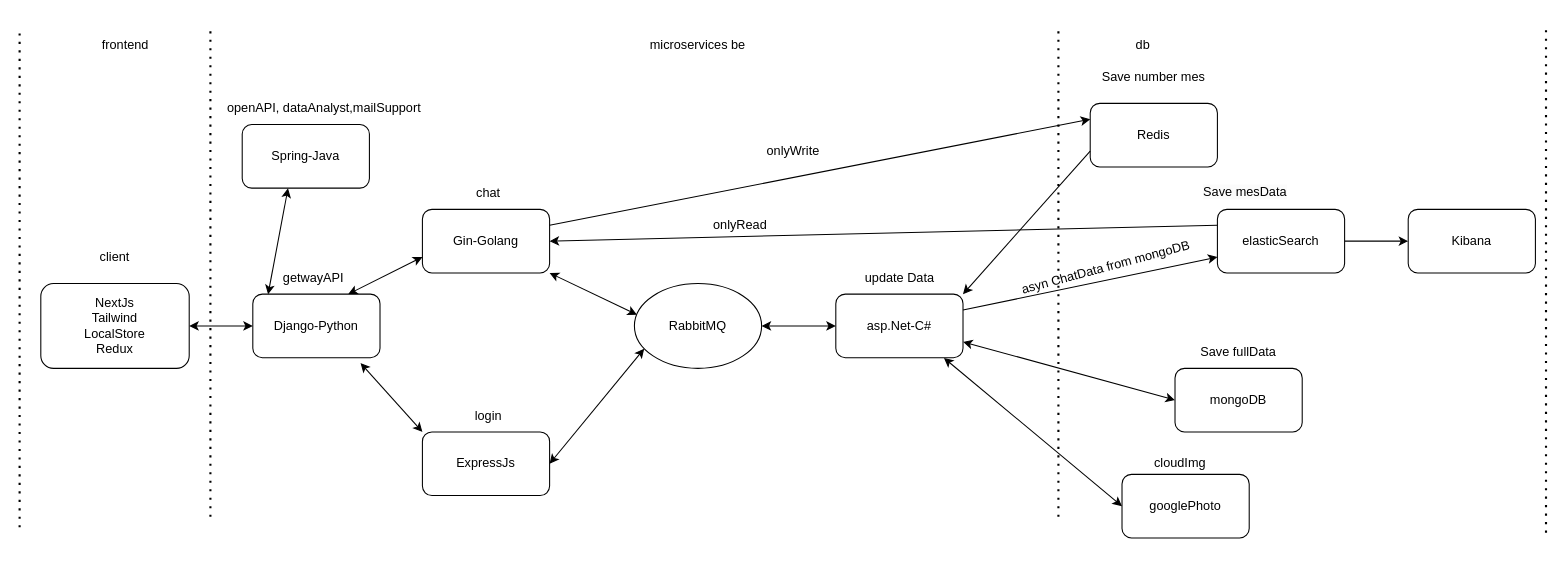
HuyNguyen3003/basicAppChat keeps this draw.io diagram as basicAppChat.drawio. Above is the earlier version. Source tidied: cells renumbered, new cells numbered last; positions are measured from the earlier drawing's top-left corner, leaving out a move shared by most shapes. Both pictures are drawn from the tidied source at 106%, with x=0, y=0 at pixel (19, 18).
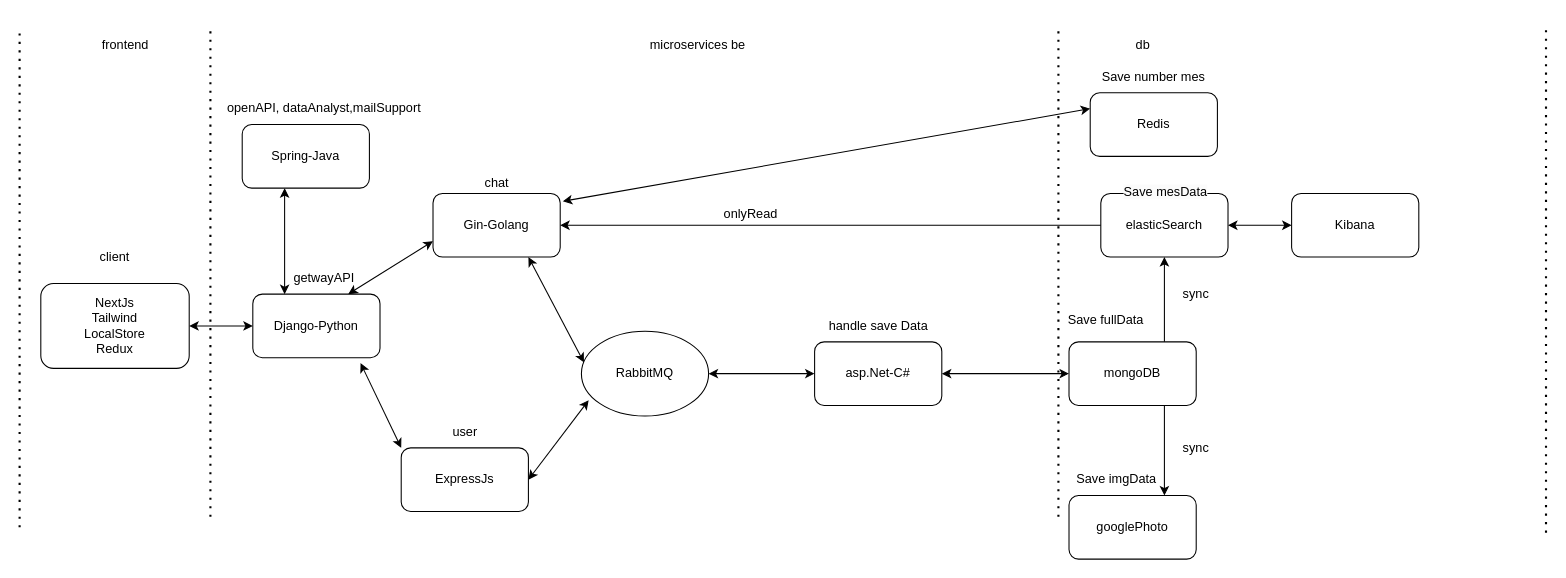
The same page after the edit.

Unchanged cells that the change refers to:
```xml
<mxCell id="38" value="Django-Python" style="rounded=1;whiteSpace=wrap;html=1;" parent="1" vertex="1">
  <mxGeometry x="220" y="260" width="120" height="60" as="geometry" />
</mxCell>
<mxCell id="41" value="Spring-Java" style="rounded=1;whiteSpace=wrap;html=1;" parent="1" vertex="1">
  <mxGeometry x="210" y="100" width="120" height="60" as="geometry" />
</mxCell>
```

What changed in the source:
```diff
@@
     <mxCell id="5" value="Gin-Golang" style="rounded=1;whiteSpace=wrap;html=1;" parent="1" vertex="1">
-      <mxGeometry x="380" y="180" width="120" height="60" as="geometry" />
+      <mxGeometry x="390" y="165" width="120" height="60" as="geometry" />
     </mxCell>
@@
     <mxCell id="7" value="ExpressJs" style="rounded=1;whiteSpace=wrap;html=1;" parent="1" vertex="1">
-      <mxGeometry x="380" y="390" width="120" height="60" as="geometry" />
+      <mxGeometry x="360" y="405" width="120" height="60" as="geometry" />
     </mxCell>
     <mxCell id="8" value="mongoDB" style="rounded=1;whiteSpace=wrap;html=1;" parent="1" vertex="1">
-      <mxGeometry x="1090" y="330" width="120" height="60" as="geometry" />
+      <mxGeometry x="990" y="305" width="120" height="60" as="geometry" />
     </mxCell>
     <mxCell id="9" value="Redis" style="rounded=1;whiteSpace=wrap;html=1;" parent="1" vertex="1">
-      <mxGeometry x="1010" y="80" width="120" height="60" as="geometry" />
+      <mxGeometry x="1010" y="70" width="120" height="60" as="geometry" />
     </mxCell>
-    <mxCell id="10" style="edgeStyle=orthogonalEdgeStyle;rounded=0;jettySize=auto;html=1;" parent="1" edge="1" source="11" target="47">
-      <mxGeometry relative="1" as="geometry" />
-    </mxCell>
     <mxCell id="11" value="elasticSearch" style="rounded=1;whiteSpace=wrap;html=1;" parent="1" vertex="1">
-      <mxGeometry x="1130" y="180" width="120" height="60" as="geometry" />
+      <mxGeometry x="1020" y="165" width="120" height="60" as="geometry" />
     </mxCell>
     <mxCell id="12" value="googlePhoto" style="rounded=1;whiteSpace=wrap;html=1;" parent="1" vertex="1">
-      <mxGeometry x="1040" y="430" width="120" height="60" as="geometry" />
+      <mxGeometry x="990" y="450" width="120" height="60" as="geometry" />
     </mxCell>
-    <mxCell id="13" style="endArrow=classic;startArrow=classic;html=1;rounded=0;entryX=0;entryY=0.5;entryDx=0;entryDy=0;exitX=0.85;exitY=1.003;exitDx=0;exitDy=0;exitPerimeter=0;" parent="1" edge="1" source="23" target="12">
-      <mxGeometry relative="1" as="geometry" />
-    </mxCell>
@@
-    <mxCell id="17" style="endArrow=classic;startArrow=classic;html=1;rounded=0;exitX=1;exitY=1;exitDx=0;exitDy=0;entryX=0.02;entryY=0.368;entryDx=0;entryDy=0;entryPerimeter=0;" parent="1" edge="1" source="5" target="22">
+    <mxCell id="17" style="endArrow=classic;startArrow=classic;html=1;rounded=0;exitX=0.75;exitY=1;exitDx=0;exitDy=0;entryX=0.02;entryY=0.368;entryDx=0;entryDy=0;entryPerimeter=0;" parent="1" edge="1" source="5" target="22">
       <mxGeometry relative="1" as="geometry" />
     </mxCell>
-    <mxCell id="18" style="endArrow=classic;startArrow=classic;html=1;rounded=0;exitX=1;exitY=0.5;exitDx=0;exitDy=0;entryX=0.077;entryY=0.768;entryDx=0;entryDy=0;entryPerimeter=0;" parent="1" edge="1" source="7" target="22">
+    <mxCell id="18" style="endArrow=classic;startArrow=classic;html=1;rounded=0;exitX=1;exitY=0.5;exitDx=0;exitDy=0;entryX=0.057;entryY=0.813;entryDx=0;entryDy=0;entryPerimeter=0;" parent="1" edge="1" source="7" target="22">
       <mxGeometry relative="1" as="geometry" />
     </mxCell>
-    <mxCell id="19" value="login" style="text;html=1;strokeColor=none;fillColor=none;align=center;verticalAlign=middle;whiteSpace=wrap;rounded=0;" parent="1" vertex="1">
-      <mxGeometry x="385" y="360" width="115" height="30" as="geometry" />
+    <mxCell id="19" value="user" style="text;html=1;strokeColor=none;fillColor=none;align=center;verticalAlign=middle;whiteSpace=wrap;rounded=0;" parent="1" vertex="1">
+      <mxGeometry x="362.5" y="375" width="115" height="30" as="geometry" />
     </mxCell>
     <mxCell id="20" value="chat" style="text;html=1;strokeColor=none;fillColor=none;align=center;verticalAlign=middle;whiteSpace=wrap;rounded=0;" parent="1" vertex="1">
-      <mxGeometry x="385" y="150" width="115" height="30" as="geometry" />
+      <mxGeometry x="392.5" y="140" width="115" height="30" as="geometry" />
     </mxCell>
-    <mxCell id="21" style="endArrow=classic;startArrow=classic;html=1;rounded=0;entryX=0;entryY=0.5;entryDx=0;entryDy=0;exitX=1;exitY=0.75;exitDx=0;exitDy=0;" parent="1" edge="1" source="23" target="8">
+    <mxCell id="21" style="endArrow=classic;startArrow=classic;html=1;rounded=0;entryX=0;entryY=0.5;entryDx=0;entryDy=0;exitX=1;exitY=0.5;exitDx=0;exitDy=0;" parent="1" edge="1" source="23" target="8">
       <mxGeometry relative="1" as="geometry" />
     </mxCell>
     <mxCell id="22" value="RabbitMQ" style="ellipse;whiteSpace=wrap;html=1;" parent="1" vertex="1">
-      <mxGeometry x="580" y="250" width="120" height="80" as="geometry" />
+      <mxGeometry x="530" y="295" width="120" height="80" as="geometry" />
     </mxCell>
     <mxCell id="23" value="asp.Net-C#" style="rounded=1;whiteSpace=wrap;html=1;" parent="1" vertex="1">
-      <mxGeometry x="770" y="260" width="120" height="60" as="geometry" />
+      <mxGeometry x="750" y="305" width="120" height="60" as="geometry" />
     </mxCell>
@@
-    <mxCell id="25" value="update Data" style="text;html=1;strokeColor=none;fillColor=none;align=center;verticalAlign=middle;whiteSpace=wrap;rounded=0;" parent="1" vertex="1">
-      <mxGeometry x="772.5" y="230" width="115" height="30" as="geometry" />
+    <mxCell id="25" value="handle save Data" style="text;html=1;strokeColor=none;fillColor=none;align=center;verticalAlign=middle;whiteSpace=wrap;rounded=0;" parent="1" vertex="1">
+      <mxGeometry x="752.5" y="275" width="115" height="30" as="geometry" />
     </mxCell>
@@
-    <mxCell id="27" value="cloudImg" style="text;html=1;strokeColor=none;fillColor=none;align=center;verticalAlign=middle;whiteSpace=wrap;rounded=0;" parent="1" vertex="1">
-      <mxGeometry x="1040" y="405" width="110" height="30" as="geometry" />
+    <mxCell id="27" value="Save imgData" style="text;html=1;strokeColor=none;fillColor=none;align=center;verticalAlign=middle;whiteSpace=wrap;rounded=0;" parent="1" vertex="1">
+      <mxGeometry x="980" y="420" width="110" height="30" as="geometry" />
     </mxCell>
     <mxCell id="28" value="Save fullData" style="text;html=1;strokeColor=none;fillColor=none;align=center;verticalAlign=middle;whiteSpace=wrap;rounded=0;" parent="1" vertex="1">
-      <mxGeometry x="1105" y="300" width="90" height="30" as="geometry" />
+      <mxGeometry x="980" y="270" width="90" height="30" as="geometry" />
     </mxCell>
-    <mxCell id="29" value="asyn ChatData from mongoDB" style="text;html=1;strokeColor=none;fillColor=none;align=center;verticalAlign=middle;whiteSpace=wrap;rounded=0;rotation=-15;" parent="1" vertex="1">
-      <mxGeometry x="935" y="220" width="180" height="30" as="geometry" />
-    </mxCell>
     <mxCell id="30" value="onlyRead" style="text;html=1;strokeColor=none;fillColor=none;align=center;verticalAlign=middle;whiteSpace=wrap;rounded=0;" parent="1" vertex="1">
-      <mxGeometry x="650" y="180" width="60" height="30" as="geometry" />
+      <mxGeometry x="660" y="170" width="60" height="30" as="geometry" />
     </mxCell>
-    <mxCell id="31" style="endArrow=classic;html=1;rounded=0;exitX=0;exitY=0.25;exitDx=0;exitDy=0;entryX=1;entryY=0.5;entryDx=0;entryDy=0;" parent="1" edge="1" source="11" target="5">
+    <mxCell id="31" style="endArrow=classic;html=1;rounded=0;exitX=0;exitY=0.5;exitDx=0;exitDy=0;entryX=1;entryY=0.5;entryDx=0;entryDy=0;" parent="1" edge="1" source="11" target="5">
       <mxGeometry relative="1" as="geometry" />
     </mxCell>
-    <mxCell id="32" style="endArrow=classic;html=1;rounded=0;exitX=1;exitY=0.25;exitDx=0;exitDy=0;entryX=0;entryY=0.75;entryDx=0;entryDy=0;" parent="1" edge="1" source="23" target="11">
+    <mxCell id="32" style="endArrow=classic;html=1;rounded=0;exitX=0.75;exitY=0;exitDx=0;exitDy=0;" parent="1" edge="1" source="8" target="11">
       <mxGeometry relative="1" as="geometry" />
     </mxCell>
     <mxCell id="33" value="&lt;span style=&quot;color: rgb(0, 0, 0); font-family: Helvetica; font-size: 12px; font-style: normal; font-variant-ligatures: normal; font-variant-caps: normal; font-weight: 400; letter-spacing: normal; orphans: 2; text-align: center; text-indent: 0px; text-transform: none; widows: 2; word-spacing: 0px; -webkit-text-stroke-width: 0px; background-color: rgb(251, 251, 251); text-decoration-thickness: initial; text-decoration-style: initial; text-decoration-color: initial; float: none; display: inline !important;&quot;&gt;Save mesData&lt;/span&gt;" style="text;whiteSpace=wrap;html=1;" parent="1" vertex="1">
-      <mxGeometry x="1115" y="150" width="100" height="40" as="geometry" />
+      <mxGeometry x="1040" y="150" width="100" height="40" as="geometry" />
     </mxCell>
-    <mxCell id="34" style="endArrow=classic;html=1;rounded=0;exitX=1;exitY=0.25;exitDx=0;exitDy=0;entryX=0;entryY=0.25;entryDx=0;entryDy=0;" parent="1" edge="1" source="5" target="9">
-      <mxGeometry relative="1" as="geometry" />
-    </mxCell>
-    <mxCell id="35" value="onlyWrite" style="text;html=1;strokeColor=none;fillColor=none;align=center;verticalAlign=middle;whiteSpace=wrap;rounded=0;" parent="1" vertex="1">
-      <mxGeometry x="700" y="110" width="60" height="30" as="geometry" />
-    </mxCell>
-    <mxCell id="36" style="endArrow=classic;html=1;rounded=0;exitX=0;exitY=0.75;exitDx=0;exitDy=0;entryX=1;entryY=0;entryDx=0;entryDy=0;" parent="1" edge="1" source="9" target="23">
-      <mxGeometry relative="1" as="geometry" />
-    </mxCell>
     <mxCell id="37" value="getwayAPI" style="text;html=1;strokeColor=none;fillColor=none;align=center;verticalAlign=middle;whiteSpace=wrap;rounded=0;" parent="1" vertex="1">
-      <mxGeometry x="220" y="230" width="115" height="30" as="geometry" />
+      <mxGeometry x="230" y="230" width="115" height="30" as="geometry" />
     </mxCell>
@@
-    <mxCell id="40" style="endArrow=classic;startArrow=classic;html=1;rounded=0;exitX=0.12;exitY=0.003;exitDx=0;exitDy=0;exitPerimeter=0;entryX=0.36;entryY=1.003;entryDx=0;entryDy=0;entryPerimeter=0;" parent="1" edge="1" source="38" target="41">
-      <mxGeometry relative="1" as="geometry" />
+    <mxCell id="40" style="endArrow=classic;startArrow=classic;html=1;rounded=0;exitX=0.25;exitY=0;exitDx=0;exitDy=0;" parent="1" edge="1" source="38">
+      <mxGeometry relative="1" as="geometry">
+        <mxPoint x="250" y="160" as="targetPoint" />
+      </mxGeometry>
     </mxCell>
@@
     <mxCell id="47" value="Kibana" style="whiteSpace=wrap;html=1;rounded=1;" parent="1" vertex="1">
-      <mxGeometry x="1310" y="180" width="120" height="60" as="geometry" />
+      <mxGeometry x="1200" y="165" width="120" height="60" as="geometry" />
     </mxCell>
+    <mxCell id="48" style="endArrow=classic;startArrow=classic;html=1;rounded=0;exitX=0;exitY=0.5;exitDx=0;exitDy=0;" parent="1" edge="1" source="47" target="11">
+      <mxGeometry relative="1" as="geometry" />
+    </mxCell>
+    <mxCell id="34" style="endArrow=classic;startArrow=classic;html=1;rounded=0;exitX=1.02;exitY=0.123;exitDx=0;exitDy=0;exitPerimeter=0;entryX=0;entryY=0.25;entryDx=0;entryDy=0;" parent="1" edge="1" source="5" target="9">
+      <mxGeometry relative="1" as="geometry" />
+    </mxCell>
+    <mxCell id="49" style="endArrow=classic;html=1;rounded=0;exitX=0.75;exitY=1;exitDx=0;exitDy=0;entryX=0.75;entryY=0;entryDx=0;entryDy=0;" parent="1" edge="1" source="8" target="12">
+      <mxGeometry relative="1" as="geometry" />
+    </mxCell>
+    <mxCell id="50" style="edgeStyle=orthogonalEdgeStyle;rounded=0;orthogonalLoop=1;jettySize=auto;html=1;exitX=0.5;exitY=1;exitDx=0;exitDy=0;" parent="1" edge="1" source="37" target="37">
+      <mxGeometry relative="1" as="geometry" />
+    </mxCell>
+    <mxCell id="51" value="sync" style="text;html=1;strokeColor=none;fillColor=none;align=center;verticalAlign=middle;whiteSpace=wrap;rounded=0;" parent="1" vertex="1">
+      <mxGeometry x="1080" y="245" width="60" height="30" as="geometry" />
+    </mxCell>
+    <mxCell id="52" value="sync" style="text;html=1;strokeColor=none;fillColor=none;align=center;verticalAlign=middle;whiteSpace=wrap;rounded=0;" parent="1" vertex="1">
+      <mxGeometry x="1080" y="390" width="60" height="30" as="geometry" />
+    </mxCell>
```
